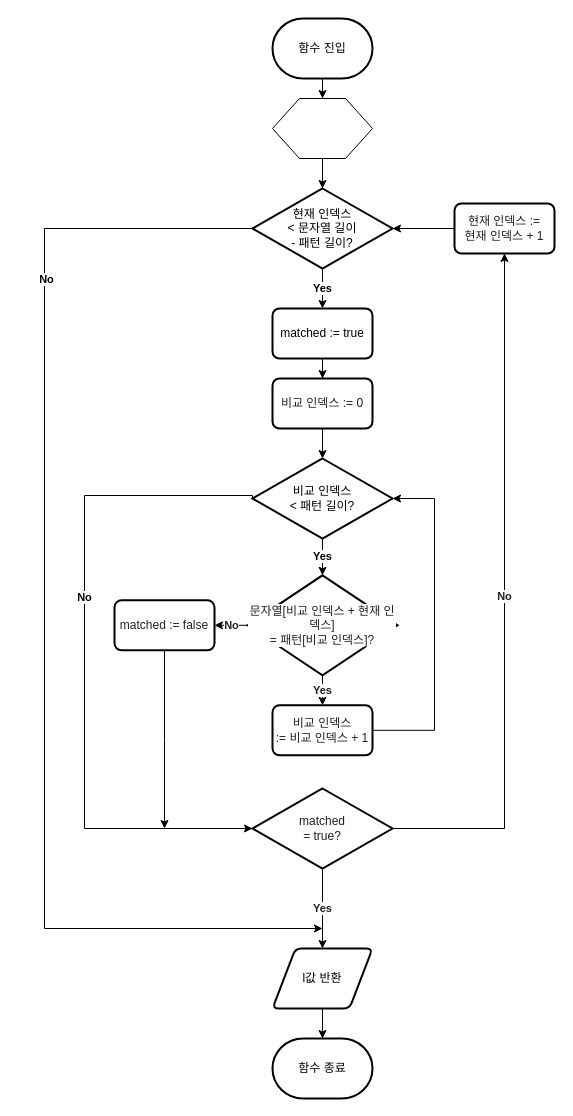
Before: poa_262.drawio in gdaegeun539/forVscodeWeb, a draw.io diagram. Source tidied: cells renumbered, new cells numbered last; positions are measured from the earlier drawing's top-left corner, leaving out a move shared by most shapes. Both pictures are drawn from the tidied source at 100%, with x=0, y=0 at pixel (44, 18).
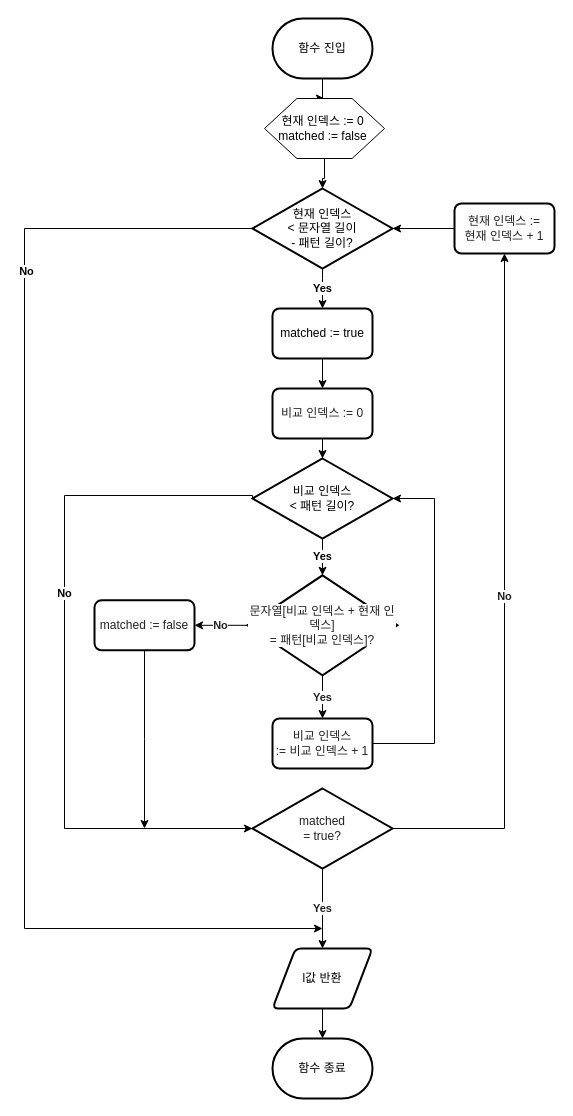
The same page after the edit.

The change refers to these unchanged cells:
```xml
<mxCell id="9" value="현재 인덱스&lt;br&gt;&amp;lt; 문자열 길이&lt;br&gt;- 패턴 길이?" style="strokeWidth=2;html=1;shape=mxgraph.flowchart.decision;whiteSpace=wrap;" parent="1" vertex="1">
  <mxGeometry x="208" y="170" width="140" height="80" as="geometry" />
</mxCell>
<mxCell id="15" value="비교 인덱스&lt;br&gt;&amp;lt; 패턴 길이?" style="strokeWidth=2;html=1;shape=mxgraph.flowchart.decision;whiteSpace=wrap;" parent="1" vertex="1">
  <mxGeometry x="208" y="440" width="140" height="80" as="geometry" />
</mxCell>
<mxCell id="32" value="matched&lt;br&gt;= true?" style="strokeWidth=2;html=1;shape=mxgraph.flowchart.decision;whiteSpace=wrap;labelBackgroundColor=default;fontColor=#222222;" parent="1" vertex="1">
  <mxGeometry x="208" y="770" width="140" height="80" as="geometry" />
</mxCell>
```

Change to the diagram source:
```diff
@@
     <mxCell id="5" style="verticalLabelPosition=bottom;verticalAlign=top;html=1;shape=hexagon;perimeter=hexagonPerimeter2;arcSize=6;size=0.27;horizontal=1;" parent="1" vertex="1">
-      <mxGeometry x="228" y="80" width="100" height="60" as="geometry" />
+      <mxGeometry x="220" y="80" width="120" height="60" as="geometry" />
     </mxCell>
@@
     <mxCell id="7" style="edgeStyle=orthogonalEdgeStyle;rounded=0;jettySize=auto;html=1;exitX=1;exitY=0.5;exitDx=0;exitDy=0;exitPerimeter=0;" parent="1" edge="1" source="9">
       <mxGeometry relative="1" as="geometry">
         <mxPoint x="278" y="910" as="targetPoint" />
         <Array as="points">
-          <mxPoint y="210" />
-          <mxPoint y="910" />
+          <mxPoint x="-20" y="210" />
+          <mxPoint x="-20" y="910" />
         </Array>
       </mxGeometry>
     </mxCell>
@@
     <mxCell id="13" style="edgeStyle=orthogonalEdgeStyle;rounded=0;jettySize=auto;html=1;exitX=0;exitY=0.5;exitDx=0;exitDy=0;exitPerimeter=0;entryX=0;entryY=0.5;entryDx=0;entryDy=0;entryPerimeter=0;" parent="1" edge="1" source="15" target="32">
       <mxGeometry relative="1" as="geometry">
         <Array as="points">
-          <mxPoint x="40" y="477" />
-          <mxPoint x="40" y="810" />
+          <mxPoint x="208" y="477" />
+          <mxPoint x="20" y="477" />
+          <mxPoint x="20" y="810" />
         </Array>
       </mxGeometry>
     </mxCell>
@@
     <mxCell id="22" style="edgeStyle=orthogonalEdgeStyle;rounded=0;jettySize=auto;html=1;fontColor=#222222;" parent="1" edge="1" source="23">
       <mxGeometry relative="1" as="geometry">
-        <mxPoint x="120" y="810" as="targetPoint" />
+        <mxPoint x="100" y="810" as="targetPoint" />
       </mxGeometry>
     </mxCell>
     <mxCell id="23" value="matched := false" style="rounded=1;whiteSpace=wrap;html=1;absoluteArcSize=1;arcSize=14;strokeWidth=2;fontColor=#222222;" parent="1" vertex="1">
-      <mxGeometry x="70" y="581.8" width="100" height="50" as="geometry" />
+      <mxGeometry x="50" y="581.8" width="100" height="50" as="geometry" />
     </mxCell>
@@
-    <mxCell id="26" style="edgeStyle=orthogonalEdgeStyle;rounded=0;jettySize=auto;html=1;entryX=1;entryY=0.5;entryDx=0;entryDy=0;entryPerimeter=0;fontColor=#222222;" parent="1" edge="1" source="27" target="15">
+    <mxCell id="26" style="edgeStyle=orthogonalEdgeStyle;rounded=0;jettySize=auto;html=1;entryX=1;entryY=0.5;entryDx=0;entryDy=0;entryPerimeter=0;fontColor=#222222;exitX=1;exitY=0.5;exitDx=0;exitDy=0;" parent="1" edge="1" source="27" target="15">
       <mxGeometry relative="1" as="geometry">
         <Array as="points">
-          <mxPoint x="390" y="712" />
+          <mxPoint x="390" y="725" />
           <mxPoint x="390" y="480" />
         </Array>
       </mxGeometry>
     </mxCell>
     <mxCell id="27" value="비교 인덱스&lt;br&gt;:= 비교 인덱스 + 1" style="rounded=1;whiteSpace=wrap;html=1;absoluteArcSize=1;arcSize=14;strokeWidth=2;labelBackgroundColor=default;fontColor=#222222;" parent="1" vertex="1">
-      <mxGeometry x="228" y="686.8" width="100" height="50" as="geometry" />
+      <mxGeometry x="228" y="700" width="100" height="50" as="geometry" />
     </mxCell>
@@
     <mxCell id="29" value="비교 인덱스 := 0" style="rounded=1;whiteSpace=wrap;html=1;absoluteArcSize=1;arcSize=14;strokeWidth=2;labelBackgroundColor=default;fontColor=#222222;" parent="1" vertex="1">
-      <mxGeometry x="228" y="360" width="100" height="50" as="geometry" />
+      <mxGeometry x="228" y="370" width="100" height="50" as="geometry" />
     </mxCell>
@@
+    <mxCell id="33" value="현재 인덱스 := 0&lt;br&gt;matched := false" style="text;html=1;align=center;verticalAlign=middle;strokeColor=none;fillColor=none;" parent="1" vertex="1">
+      <mxGeometry x="228" y="95" width="100" height="30" as="geometry" />
+    </mxCell>
```
